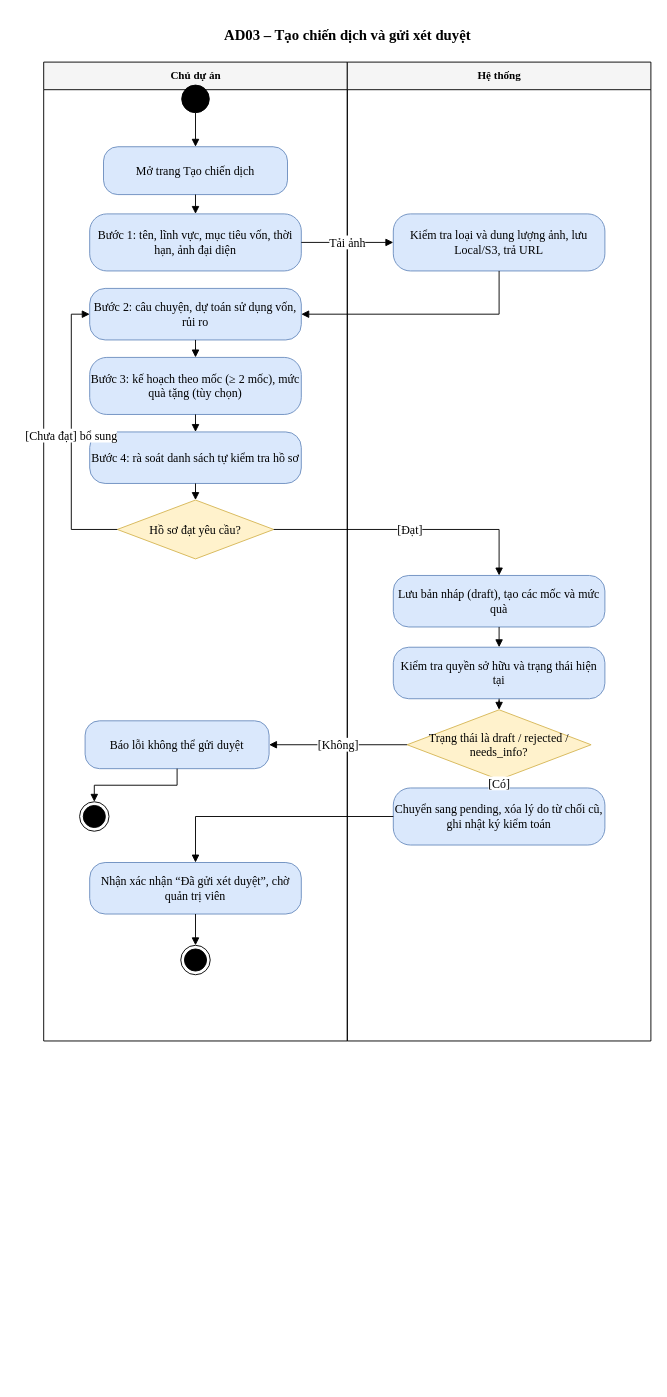
The draw.io diagram Document/03_SoDoUML/02_ActivityDiagram/AD03_TaoVaGuiDuyetChienDich.drawio in nhanhuutran007/DATN_2627_Website, before the edit. Source tidied: cells renumbered, new cells numbered last; positions are measured from the earlier drawing's top-left corner, leaving out a move shared by most shapes. Both pictures are drawn from the tidied source at 92%, with x=0, y=0 at pixel (43, 16).
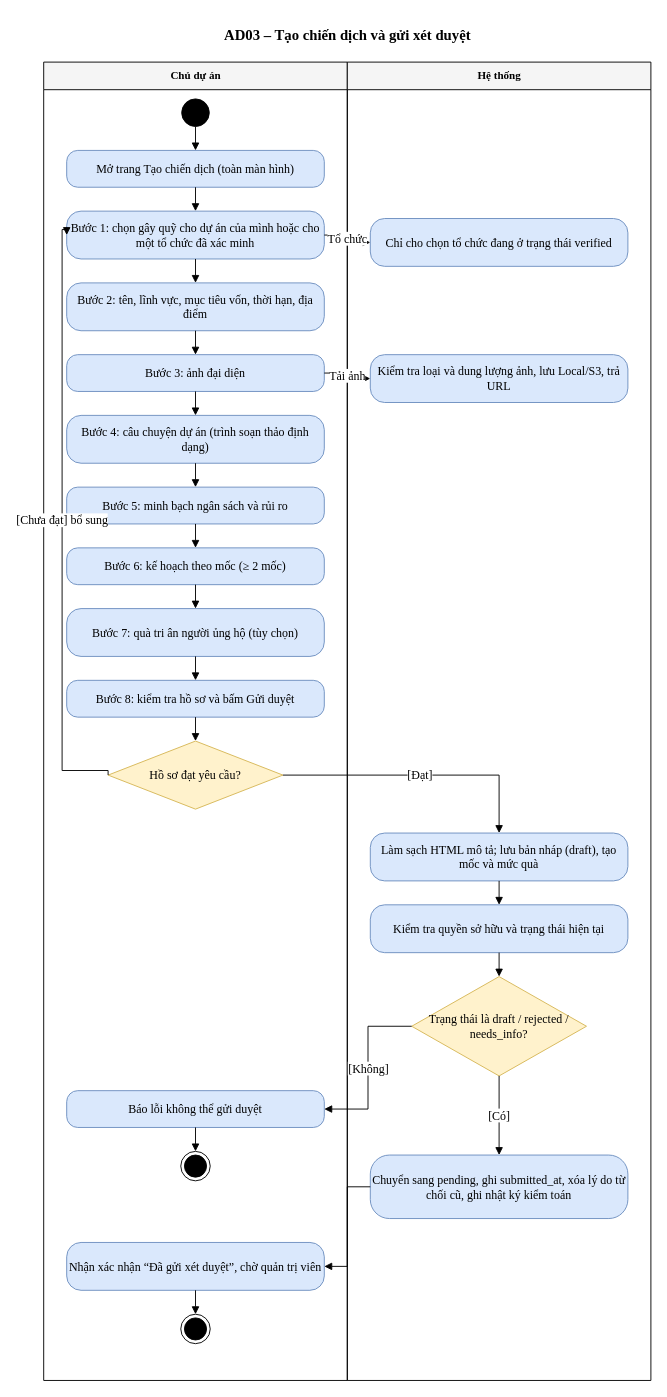
The same diagram, later.

What changed in the source:
```diff
@@
+    <mxCell id="37" value="Chủ dự án" style="fontFamily=Times New Roman;fontSize=13;swimlane;html=1;startSize=30;fillColor=#f5f5f5;swimlaneFillColor=none;fontStyle=1;" parent="1" vertex="1">
+      <mxGeometry y="50" width="330" height="1433" as="geometry" />
+    </mxCell>
+    <mxCell id="38" value="Hệ thống" style="fontFamily=Times New Roman;fontSize=13;swimlane;html=1;startSize=30;fillColor=#f5f5f5;swimlaneFillColor=none;fontStyle=1;" parent="1" vertex="1">
+      <mxGeometry x="330" y="50" width="330" height="1433" as="geometry" />
+    </mxCell>
-    <mxCell id="3" value="Chủ dự án" style="fontFamily=Times New Roman;fontSize=13;swimlane;html=1;startSize=30;fillColor=#f5f5f5;swimlaneFillColor=none;fontStyle=1;" parent="1" vertex="1">
-      <mxGeometry y="50" width="330" height="1064" as="geometry" />
+    <mxCell id="3" style="fontFamily=Times New Roman;fontSize=13;ellipse;html=1;fillColor=#000000;strokeColor=#000000;" parent="1" vertex="1">
+      <mxGeometry x="150" y="90" width="30" height="30" as="geometry" />
     </mxCell>
-    <mxCell id="4" value="Hệ thống" style="fontFamily=Times New Roman;fontSize=13;swimlane;html=1;startSize=30;fillColor=#f5f5f5;swimlaneFillColor=none;fontStyle=1;" parent="1" vertex="1">
-      <mxGeometry x="330" y="50" width="330" height="1064" as="geometry" />
+    <mxCell id="4" value="Mở trang Tạo chiến dịch (toàn màn hình)" style="fontFamily=Times New Roman;fontSize=13;rounded=1;arcSize=30;whiteSpace=wrap;html=1;fillColor=#dae8fc;strokeColor=#6c8ebf;" parent="1" vertex="1">
+      <mxGeometry x="25" y="146" width="280" height="40" as="geometry" />
     </mxCell>
-    <mxCell id="5" style="fontFamily=Times New Roman;fontSize=13;ellipse;html=1;fillColor=#000000;strokeColor=#000000;" parent="1" vertex="1">
-      <mxGeometry x="150" y="75" width="30" height="30" as="geometry" />
+    <mxCell id="5" value="Bước 1: chọn gây quỹ cho dự án của mình hoặc cho một tổ chức đã xác minh" style="fontFamily=Times New Roman;fontSize=13;rounded=1;arcSize=30;whiteSpace=wrap;html=1;fillColor=#dae8fc;strokeColor=#6c8ebf;" parent="1" vertex="1">
+      <mxGeometry x="25" y="212" width="280" height="52" as="geometry" />
     </mxCell>
-    <mxCell id="6" value="Mở trang Tạo chiến dịch" style="fontFamily=Times New Roman;fontSize=13;rounded=1;arcSize=30;whiteSpace=wrap;html=1;fillColor=#dae8fc;strokeColor=#6c8ebf;" parent="1" vertex="1">
-      <mxGeometry x="65" y="142" width="200" height="52" as="geometry" />
+    <mxCell id="6" value="Chỉ cho chọn tổ chức đang ở trạng thái verified" style="fontFamily=Times New Roman;fontSize=13;rounded=1;arcSize=30;whiteSpace=wrap;html=1;fillColor=#dae8fc;strokeColor=#6c8ebf;" parent="1" vertex="1">
+      <mxGeometry x="355" y="220" width="280" height="52" as="geometry" />
     </mxCell>
-    <mxCell id="7" value="Bước 1: tên, lĩnh vực, mục tiêu vốn, thời hạn, ảnh đại diện" style="fontFamily=Times New Roman;fontSize=13;rounded=1;arcSize=30;whiteSpace=wrap;html=1;fillColor=#dae8fc;strokeColor=#6c8ebf;" parent="1" vertex="1">
-      <mxGeometry x="50" y="215" width="230" height="62" as="geometry" />
+    <mxCell id="7" value="Bước 2: tên, lĩnh vực, mục tiêu vốn, thời hạn, địa điểm" style="fontFamily=Times New Roman;fontSize=13;rounded=1;arcSize=30;whiteSpace=wrap;html=1;fillColor=#dae8fc;strokeColor=#6c8ebf;" parent="1" vertex="1">
+      <mxGeometry x="25" y="290" width="280" height="52" as="geometry" />
     </mxCell>
-    <mxCell id="8" value="Kiểm tra loại và dung lượng ảnh, lưu Local/S3, trả URL" style="fontFamily=Times New Roman;fontSize=13;rounded=1;arcSize=30;whiteSpace=wrap;html=1;fillColor=#dae8fc;strokeColor=#6c8ebf;" parent="1" vertex="1">
-      <mxGeometry x="380" y="215" width="230" height="62" as="geometry" />
+    <mxCell id="8" value="Bước 3: ảnh đại diện" style="fontFamily=Times New Roman;fontSize=13;rounded=1;arcSize=30;whiteSpace=wrap;html=1;fillColor=#dae8fc;strokeColor=#6c8ebf;" parent="1" vertex="1">
+      <mxGeometry x="25" y="368" width="280" height="40" as="geometry" />
     </mxCell>
-    <mxCell id="9" value="Bước 2: câu chuyện, dự toán sử dụng vốn, rủi ro" style="fontFamily=Times New Roman;fontSize=13;rounded=1;arcSize=30;whiteSpace=wrap;html=1;fillColor=#dae8fc;strokeColor=#6c8ebf;" parent="1" vertex="1">
-      <mxGeometry x="50" y="296" width="230" height="56" as="geometry" />
+    <mxCell id="9" value="Kiểm tra loại và dung lượng ảnh, lưu Local/S3, trả URL" style="fontFamily=Times New Roman;fontSize=13;rounded=1;arcSize=30;whiteSpace=wrap;html=1;fillColor=#dae8fc;strokeColor=#6c8ebf;" parent="1" vertex="1">
+      <mxGeometry x="355" y="368" width="280" height="52" as="geometry" />
     </mxCell>
-    <mxCell id="10" value="Bước 3: kế hoạch theo mốc (≥ 2 mốc), mức quà tặng (tùy chọn)" style="fontFamily=Times New Roman;fontSize=13;rounded=1;arcSize=30;whiteSpace=wrap;html=1;fillColor=#dae8fc;strokeColor=#6c8ebf;" parent="1" vertex="1">
-      <mxGeometry x="50" y="371" width="230" height="62" as="geometry" />
+    <mxCell id="10" value="Bước 4: câu chuyện dự án (trình soạn thảo định dạng)" style="fontFamily=Times New Roman;fontSize=13;rounded=1;arcSize=30;whiteSpace=wrap;html=1;fillColor=#dae8fc;strokeColor=#6c8ebf;" parent="1" vertex="1">
+      <mxGeometry x="25" y="434" width="280" height="52" as="geometry" />
     </mxCell>
-    <mxCell id="11" value="Bước 4: rà soát danh sách tự kiểm tra hồ sơ" style="fontFamily=Times New Roman;fontSize=13;rounded=1;arcSize=30;whiteSpace=wrap;html=1;fillColor=#dae8fc;strokeColor=#6c8ebf;" parent="1" vertex="1">
-      <mxGeometry x="50" y="452" width="230" height="56" as="geometry" />
+    <mxCell id="11" value="Bước 5: minh bạch ngân sách và rủi ro" style="fontFamily=Times New Roman;fontSize=13;rounded=1;arcSize=30;whiteSpace=wrap;html=1;fillColor=#dae8fc;strokeColor=#6c8ebf;" parent="1" vertex="1">
+      <mxGeometry x="25" y="512" width="280" height="40" as="geometry" />
     </mxCell>
-    <mxCell id="12" value="Hồ sơ đạt yêu cầu?" style="fontFamily=Times New Roman;fontSize=13;rhombus;whiteSpace=wrap;html=1;fillColor=#fff2cc;strokeColor=#d6b656;" parent="1" vertex="1">
-      <mxGeometry x="80" y="526" width="170" height="64" as="geometry" />
+    <mxCell id="12" value="Bước 6: kế hoạch theo mốc (≥ 2 mốc)" style="fontFamily=Times New Roman;fontSize=13;rounded=1;arcSize=30;whiteSpace=wrap;html=1;fillColor=#dae8fc;strokeColor=#6c8ebf;" parent="1" vertex="1">
+      <mxGeometry x="25" y="578" width="280" height="40" as="geometry" />
     </mxCell>
-    <mxCell id="13" value="Lưu bản nháp (draft), tạo các mốc và mức quà" style="fontFamily=Times New Roman;fontSize=13;rounded=1;arcSize=30;whiteSpace=wrap;html=1;fillColor=#dae8fc;strokeColor=#6c8ebf;" parent="1" vertex="1">
-      <mxGeometry x="380" y="608" width="230" height="56" as="geometry" />
+    <mxCell id="13" value="Bước 7: quà tri ân người ủng hộ (tùy chọn)" style="fontFamily=Times New Roman;fontSize=13;rounded=1;arcSize=30;whiteSpace=wrap;html=1;fillColor=#dae8fc;strokeColor=#6c8ebf;" parent="1" vertex="1">
+      <mxGeometry x="25" y="644" width="280" height="52" as="geometry" />
     </mxCell>
-    <mxCell id="14" value="Kiểm tra quyền sở hữu và trạng thái hiện tại" style="fontFamily=Times New Roman;fontSize=13;rounded=1;arcSize=30;whiteSpace=wrap;html=1;fillColor=#dae8fc;strokeColor=#6c8ebf;" parent="1" vertex="1">
-      <mxGeometry x="380" y="686" width="230" height="56" as="geometry" />
+    <mxCell id="14" value="Bước 8: kiểm tra hồ sơ và bấm Gửi duyệt" style="fontFamily=Times New Roman;fontSize=13;rounded=1;arcSize=30;whiteSpace=wrap;html=1;fillColor=#dae8fc;strokeColor=#6c8ebf;" parent="1" vertex="1">
+      <mxGeometry x="25" y="722" width="280" height="40" as="geometry" />
     </mxCell>
-    <mxCell id="15" value="Trạng thái là draft / rejected / needs_info?" style="fontFamily=Times New Roman;fontSize=13;rhombus;whiteSpace=wrap;html=1;fillColor=#fff2cc;strokeColor=#d6b656;" parent="1" vertex="1">
-      <mxGeometry x="395" y="754" width="200" height="76" as="geometry" />
+    <mxCell id="15" value="Hồ sơ đạt yêu cầu?" style="fontFamily=Times New Roman;fontSize=13;rhombus;whiteSpace=wrap;html=1;fillColor=#fff2cc;strokeColor=#d6b656;" parent="1" vertex="1">
+      <mxGeometry x="70" y="788" width="190" height="74" as="geometry" />
     </mxCell>
-    <mxCell id="16" value="Báo lỗi không thể gửi duyệt" style="fontFamily=Times New Roman;fontSize=13;rounded=1;arcSize=30;whiteSpace=wrap;html=1;fillColor=#dae8fc;strokeColor=#6c8ebf;" parent="1" vertex="1">
-      <mxGeometry x="45" y="766" width="200" height="52" as="geometry" />
+    <mxCell id="16" value="Làm sạch HTML mô tả; lưu bản nháp (draft), tạo mốc và mức quà" style="fontFamily=Times New Roman;fontSize=13;rounded=1;arcSize=30;whiteSpace=wrap;html=1;fillColor=#dae8fc;strokeColor=#6c8ebf;" parent="1" vertex="1">
+      <mxGeometry x="355" y="888" width="280" height="52" as="geometry" />
     </mxCell>
-    <mxCell id="17" value="Chuyển sang pending, xóa lý do từ chối cũ, ghi nhật ký kiểm toán" style="fontFamily=Times New Roman;fontSize=13;rounded=1;arcSize=30;whiteSpace=wrap;html=1;fillColor=#dae8fc;strokeColor=#6c8ebf;" parent="1" vertex="1">
-      <mxGeometry x="380" y="839" width="230" height="62" as="geometry" />
+    <mxCell id="17" value="Kiểm tra quyền sở hữu và trạng thái hiện tại" style="fontFamily=Times New Roman;fontSize=13;rounded=1;arcSize=30;whiteSpace=wrap;html=1;fillColor=#dae8fc;strokeColor=#6c8ebf;" parent="1" vertex="1">
+      <mxGeometry x="355" y="966" width="280" height="52" as="geometry" />
     </mxCell>
-    <mxCell id="18" value="Nhận xác nhận “Đã gửi xét duyệt”, chờ quản trị viên" style="fontFamily=Times New Roman;fontSize=13;rounded=1;arcSize=30;whiteSpace=wrap;html=1;fillColor=#dae8fc;strokeColor=#6c8ebf;" parent="1" vertex="1">
-      <mxGeometry x="50" y="920" width="230" height="56" as="geometry" />
+    <mxCell id="18" value="Trạng thái là draft / rejected / needs_info?" style="fontFamily=Times New Roman;fontSize=13;rhombus;whiteSpace=wrap;html=1;fillColor=#fff2cc;strokeColor=#d6b656;" parent="1" vertex="1">
+      <mxGeometry x="400" y="1044" width="190" height="108" as="geometry" />
     </mxCell>
-    <mxCell id="19" style="fontFamily=Times New Roman;fontSize=13;ellipse;html=1;shape=endState;fillColor=#000000;strokeColor=#000000;" parent="1" vertex="1">
-      <mxGeometry x="149" y="1010" width="32" height="32" as="geometry" />
+    <mxCell id="19" value="Báo lỗi không thể gửi duyệt" style="fontFamily=Times New Roman;fontSize=13;rounded=1;arcSize=30;whiteSpace=wrap;html=1;fillColor=#dae8fc;strokeColor=#6c8ebf;" parent="1" vertex="1">
+      <mxGeometry x="25" y="1168" width="280" height="40" as="geometry" />
     </mxCell>
-    <mxCell id="20" style="fontFamily=Times New Roman;fontSize=13;ellipse;html=1;shape=endState;fillColor=#000000;strokeColor=#000000;" parent="1" vertex="1">
-      <mxGeometry x="39" y="854" width="32" height="32" as="geometry" />
+    <mxCell id="20" value="Chuyển sang pending, ghi submitted_at, xóa lý do từ chối cũ, ghi nhật ký kiểm toán" style="fontFamily=Times New Roman;fontSize=13;rounded=1;arcSize=30;whiteSpace=wrap;html=1;fillColor=#dae8fc;strokeColor=#6c8ebf;" parent="1" vertex="1">
+      <mxGeometry x="355" y="1238" width="280" height="69" as="geometry" />
     </mxCell>
-    <mxCell id="21" style="fontFamily=Times New Roman;fontSize=13;html=1;edgeStyle=orthogonalEdgeStyle;rounded=0;endArrow=block;endFill=1;" parent="1" edge="1" source="5" target="6">
-      <mxGeometry relative="1" as="geometry" />
+    <mxCell id="21" value="Nhận xác nhận “Đã gửi xét duyệt”, chờ quản trị viên" style="fontFamily=Times New Roman;fontSize=13;rounded=1;arcSize=30;whiteSpace=wrap;html=1;fillColor=#dae8fc;strokeColor=#6c8ebf;" parent="1" vertex="1">
+      <mxGeometry x="25" y="1333" width="280" height="52" as="geometry" />
     </mxCell>
-    <mxCell id="22" style="fontFamily=Times New Roman;fontSize=13;html=1;edgeStyle=orthogonalEdgeStyle;rounded=0;endArrow=block;endFill=1;" parent="1" edge="1" source="6" target="7">
-      <mxGeometry relative="1" as="geometry" />
+    <mxCell id="22" style="fontFamily=Times New Roman;fontSize=13;ellipse;html=1;shape=endState;fillColor=#000000;strokeColor=#000000;" parent="1" vertex="1">
+      <mxGeometry x="149" y="1411" width="32" height="32" as="geometry" />
     </mxCell>
-    <mxCell id="23" value="Tải ảnh" style="fontFamily=Times New Roman;fontSize=13;html=1;edgeStyle=orthogonalEdgeStyle;rounded=0;endArrow=block;endFill=1;exitX=1;exitY=0.5;exitDx=0;exitDy=0;entryX=0;entryY=0.5;entryDx=0;entryDy=0;" parent="1" edge="1" source="7" target="8">
-      <mxGeometry relative="1" as="geometry" />
+    <mxCell id="23" style="fontFamily=Times New Roman;fontSize=13;ellipse;html=1;shape=endState;fillColor=#000000;strokeColor=#000000;" parent="1" vertex="1">
+      <mxGeometry x="149" y="1234" width="32" height="32" as="geometry" />
     </mxCell>
-    <mxCell id="24" style="fontFamily=Times New Roman;fontSize=13;html=1;edgeStyle=orthogonalEdgeStyle;rounded=0;endArrow=block;endFill=1;exitX=0.5;exitY=1;exitDx=0;exitDy=0;entryX=1;entryY=0.5;entryDx=0;entryDy=0;" parent="1" edge="1" source="8" target="9">
+    <mxCell id="24" style="fontFamily=Times New Roman;fontSize=13;html=1;edgeStyle=orthogonalEdgeStyle;rounded=0;endArrow=block;endFill=1;exitX=0.5;exitY=1;exitDx=0;exitDy=0;entryX=0.5;entryY=0;entryDx=0;entryDy=0;" parent="1" edge="1" source="3" target="4">
       <mxGeometry relative="1" as="geometry" />
     </mxCell>
-    <mxCell id="25" style="fontFamily=Times New Roman;fontSize=13;html=1;edgeStyle=orthogonalEdgeStyle;rounded=0;endArrow=block;endFill=1;" parent="1" edge="1" source="9" target="10">
+    <mxCell id="25" style="fontFamily=Times New Roman;fontSize=13;html=1;edgeStyle=orthogonalEdgeStyle;rounded=0;endArrow=block;endFill=1;exitX=0.5;exitY=1;exitDx=0;exitDy=0;entryX=0.5;entryY=0;entryDx=0;entryDy=0;" parent="1" edge="1" source="4" target="5">
       <mxGeometry relative="1" as="geometry" />
     </mxCell>
-    <mxCell id="26" style="fontFamily=Times New Roman;fontSize=13;html=1;edgeStyle=orthogonalEdgeStyle;rounded=0;endArrow=block;endFill=1;" parent="1" edge="1" source="10" target="11">
+    <mxCell id="26" style="fontFamily=Times New Roman;fontSize=13;html=1;edgeStyle=orthogonalEdgeStyle;rounded=0;endArrow=block;endFill=1;exitX=0.5;exitY=1;exitDx=0;exitDy=0;entryX=0.5;entryY=0;entryDx=0;entryDy=0;" parent="1" edge="1" source="5" target="7">
       <mxGeometry relative="1" as="geometry" />
     </mxCell>
-    <mxCell id="27" style="fontFamily=Times New Roman;fontSize=13;html=1;edgeStyle=orthogonalEdgeStyle;rounded=0;endArrow=block;endFill=1;" parent="1" edge="1" source="11" target="12">
+    <mxCell id="27" style="fontFamily=Times New Roman;fontSize=13;html=1;edgeStyle=orthogonalEdgeStyle;rounded=0;endArrow=block;endFill=1;exitX=0.5;exitY=1;exitDx=0;exitDy=0;entryX=0.5;entryY=0;entryDx=0;entryDy=0;" parent="1" edge="1" source="7" target="8">
       <mxGeometry relative="1" as="geometry" />
     </mxCell>
-    <mxCell id="28" value="[Chưa đạt] bổ sung" style="fontFamily=Times New Roman;fontSize=13;html=1;edgeStyle=orthogonalEdgeStyle;rounded=0;endArrow=block;endFill=1;exitX=0;exitY=0.5;exitDx=0;exitDy=0;entryX=0;entryY=0.5;entryDx=0;entryDy=0;" parent="1" edge="1" source="12" target="9">
-      <mxGeometry relative="1" as="geometry">
-        <Array as="points">
-          <mxPoint x="30" y="558" />
-          <mxPoint x="30" y="324" />
-        </Array>
-      </mxGeometry>
+    <mxCell id="28" style="fontFamily=Times New Roman;fontSize=13;html=1;edgeStyle=orthogonalEdgeStyle;rounded=0;endArrow=block;endFill=1;exitX=0.5;exitY=1;exitDx=0;exitDy=0;entryX=0.5;entryY=0;entryDx=0;entryDy=0;" parent="1" edge="1" source="8" target="10">
+      <mxGeometry relative="1" as="geometry" />
     </mxCell>
-    <mxCell id="29" value="[Đạt]" style="fontFamily=Times New Roman;fontSize=13;html=1;edgeStyle=orthogonalEdgeStyle;rounded=0;endArrow=block;endFill=1;exitX=1;exitY=0.5;exitDx=0;exitDy=0;entryX=0.5;entryY=0;entryDx=0;entryDy=0;" parent="1" edge="1" source="12" target="13">
+    <mxCell id="29" style="fontFamily=Times New Roman;fontSize=13;html=1;edgeStyle=orthogonalEdgeStyle;rounded=0;endArrow=block;endFill=1;exitX=0.5;exitY=1;exitDx=0;exitDy=0;entryX=0.5;entryY=0;entryDx=0;entryDy=0;" parent="1" edge="1" source="10" target="11">
       <mxGeometry relative="1" as="geometry" />
     </mxCell>
-    <mxCell id="30" style="fontFamily=Times New Roman;fontSize=13;html=1;edgeStyle=orthogonalEdgeStyle;rounded=0;endArrow=block;endFill=1;" parent="1" edge="1" source="13" target="14">
+    <mxCell id="30" style="fontFamily=Times New Roman;fontSize=13;html=1;edgeStyle=orthogonalEdgeStyle;rounded=0;endArrow=block;endFill=1;exitX=0.5;exitY=1;exitDx=0;exitDy=0;entryX=0.5;entryY=0;entryDx=0;entryDy=0;" parent="1" edge="1" source="11" target="12">
       <mxGeometry relative="1" as="geometry" />
     </mxCell>
-    <mxCell id="31" style="fontFamily=Times New Roman;fontSize=13;html=1;edgeStyle=orthogonalEdgeStyle;rounded=0;endArrow=block;endFill=1;" parent="1" edge="1" source="14" target="15">
+    <mxCell id="31" style="fontFamily=Times New Roman;fontSize=13;html=1;edgeStyle=orthogonalEdgeStyle;rounded=0;endArrow=block;endFill=1;exitX=0.5;exitY=1;exitDx=0;exitDy=0;entryX=0.5;entryY=0;entryDx=0;entryDy=0;" parent="1" edge="1" source="12" target="13">
       <mxGeometry relative="1" as="geometry" />
     </mxCell>
-    <mxCell id="32" value="[Không]" style="fontFamily=Times New Roman;fontSize=13;html=1;edgeStyle=orthogonalEdgeStyle;rounded=0;endArrow=block;endFill=1;exitX=0;exitY=0.5;exitDx=0;exitDy=0;entryX=1;entryY=0.5;entryDx=0;entryDy=0;" parent="1" edge="1" source="15" target="16">
+    <mxCell id="32" style="fontFamily=Times New Roman;fontSize=13;html=1;edgeStyle=orthogonalEdgeStyle;rounded=0;endArrow=block;endFill=1;exitX=0.5;exitY=1;exitDx=0;exitDy=0;entryX=0.5;entryY=0;entryDx=0;entryDy=0;" parent="1" edge="1" source="13" target="14">
       <mxGeometry relative="1" as="geometry" />
     </mxCell>
-    <mxCell id="33" style="fontFamily=Times New Roman;fontSize=13;html=1;edgeStyle=orthogonalEdgeStyle;rounded=0;endArrow=block;endFill=1;" parent="1" edge="1" source="16" target="20">
+    <mxCell id="33" style="fontFamily=Times New Roman;fontSize=13;html=1;edgeStyle=orthogonalEdgeStyle;rounded=0;endArrow=block;endFill=1;exitX=0.5;exitY=1;exitDx=0;exitDy=0;entryX=0.5;entryY=0;entryDx=0;entryDy=0;" parent="1" edge="1" source="14" target="15">
       <mxGeometry relative="1" as="geometry" />
     </mxCell>
-    <mxCell id="34" value="[Có]" style="fontFamily=Times New Roman;fontSize=13;html=1;edgeStyle=orthogonalEdgeStyle;rounded=0;endArrow=block;endFill=1;" parent="1" edge="1" source="15" target="17">
+    <mxCell id="34" style="fontFamily=Times New Roman;fontSize=13;html=1;edgeStyle=orthogonalEdgeStyle;rounded=0;endArrow=block;endFill=1;exitX=0.5;exitY=1;exitDx=0;exitDy=0;entryX=0.5;entryY=0;entryDx=0;entryDy=0;" parent="1" edge="1" source="16" target="17">
       <mxGeometry relative="1" as="geometry" />
     </mxCell>
-    <mxCell id="35" style="fontFamily=Times New Roman;fontSize=13;html=1;edgeStyle=orthogonalEdgeStyle;rounded=0;endArrow=block;endFill=1;exitX=0;exitY=0.5;exitDx=0;exitDy=0;entryX=0.5;entryY=0;entryDx=0;entryDy=0;" parent="1" edge="1" source="17" target="18">
+    <mxCell id="35" style="fontFamily=Times New Roman;fontSize=13;html=1;edgeStyle=orthogonalEdgeStyle;rounded=0;endArrow=block;endFill=1;exitX=0.5;exitY=1;exitDx=0;exitDy=0;entryX=0.5;entryY=0;entryDx=0;entryDy=0;" parent="1" edge="1" source="17" target="18">
       <mxGeometry relative="1" as="geometry" />
     </mxCell>
-    <mxCell id="36" style="fontFamily=Times New Roman;fontSize=13;html=1;edgeStyle=orthogonalEdgeStyle;rounded=0;endArrow=block;endFill=1;" parent="1" edge="1" source="18" target="19">
+    <mxCell id="36" style="fontFamily=Times New Roman;fontSize=13;html=1;edgeStyle=orthogonalEdgeStyle;rounded=0;endArrow=block;endFill=1;exitX=0.5;exitY=1;exitDx=0;exitDy=0;entryX=0.5;entryY=0;entryDx=0;entryDy=0;" parent="1" edge="1" source="21" target="22">
       <mxGeometry relative="1" as="geometry" />
     </mxCell>
+    <mxCell id="39" style="fontFamily=Times New Roman;fontSize=13;html=1;edgeStyle=orthogonalEdgeStyle;rounded=0;endArrow=block;endFill=1;exitX=0.5;exitY=1;exitDx=0;exitDy=0;entryX=0.5;entryY=0;entryDx=0;entryDy=0;" parent="1" edge="1" source="19" target="23">
+      <mxGeometry relative="1" as="geometry" />
+    </mxCell>
+    <mxCell id="40" value="Tổ chức" style="fontFamily=Times New Roman;fontSize=13;html=1;edgeStyle=orthogonalEdgeStyle;rounded=0;endArrow=block;endFill=1;exitX=1;exitY=0.5;exitDx=0;exitDy=0;entryX=0;entryY=0.5;entryDx=0;entryDy=0;" parent="1" edge="1" source="5" target="6">
+      <mxGeometry relative="1" as="geometry" />
+    </mxCell>
+    <mxCell id="41" value="Tải ảnh" style="fontFamily=Times New Roman;fontSize=13;html=1;edgeStyle=orthogonalEdgeStyle;rounded=0;endArrow=block;endFill=1;exitX=1;exitY=0.5;exitDx=0;exitDy=0;entryX=0;entryY=0.5;entryDx=0;entryDy=0;" parent="1" edge="1" source="8" target="9">
+      <mxGeometry relative="1" as="geometry" />
+    </mxCell>
+    <mxCell id="42" value="[Đạt]" style="fontFamily=Times New Roman;fontSize=13;html=1;edgeStyle=orthogonalEdgeStyle;rounded=0;endArrow=block;endFill=1;exitX=1;exitY=0.5;exitDx=0;exitDy=0;entryX=0.5;entryY=0;entryDx=0;entryDy=0;" parent="1" edge="1" source="15" target="16">
+      <mxGeometry relative="1" as="geometry" />
+    </mxCell>
+    <mxCell id="43" value="[Chưa đạt] bổ sung" style="fontFamily=Times New Roman;fontSize=13;html=1;edgeStyle=orthogonalEdgeStyle;rounded=0;endArrow=block;endFill=1;exitX=0;exitY=0.5;exitDx=0;exitDy=0;entryX=0;entryY=0.5;entryDx=0;entryDy=0;" parent="1" edge="1" source="15" target="5">
+      <mxGeometry relative="1" as="geometry">
+        <Array as="points">
+          <mxPoint x="20" y="820" />
+          <mxPoint x="20" y="232" />
+        </Array>
+      </mxGeometry>
+    </mxCell>
+    <mxCell id="44" value="[Không]" style="fontFamily=Times New Roman;fontSize=13;html=1;edgeStyle=orthogonalEdgeStyle;rounded=0;endArrow=block;endFill=1;exitX=0;exitY=0.5;exitDx=0;exitDy=0;entryX=1;entryY=0.5;entryDx=0;entryDy=0;" parent="1" edge="1" source="18" target="19">
+      <mxGeometry relative="1" as="geometry" />
+    </mxCell>
+    <mxCell id="45" value="[Có]" style="fontFamily=Times New Roman;fontSize=13;html=1;edgeStyle=orthogonalEdgeStyle;rounded=0;endArrow=block;endFill=1;exitX=0.5;exitY=1;exitDx=0;exitDy=0;entryX=0.5;entryY=0;entryDx=0;entryDy=0;" parent="1" edge="1" source="18" target="20">
+      <mxGeometry relative="1" as="geometry" />
+    </mxCell>
+    <mxCell id="46" style="fontFamily=Times New Roman;fontSize=13;html=1;edgeStyle=orthogonalEdgeStyle;rounded=0;endArrow=block;endFill=1;exitX=0;exitY=0.5;exitDx=0;exitDy=0;entryX=1;entryY=0.5;entryDx=0;entryDy=0;" parent="1" edge="1" source="20" target="21">
+      <mxGeometry relative="1" as="geometry" />
+    </mxCell>
```
